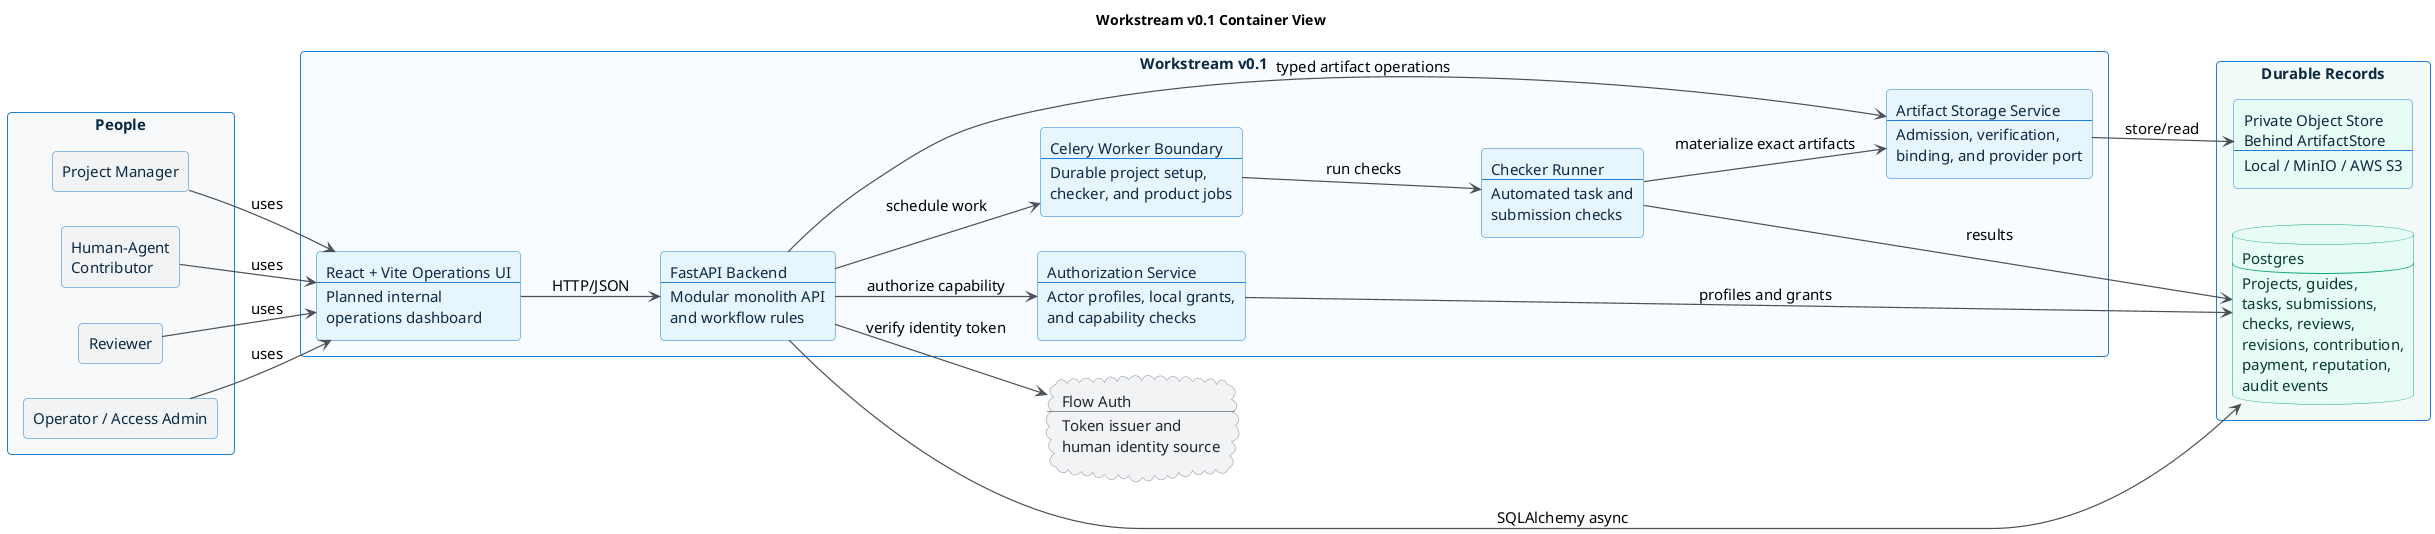
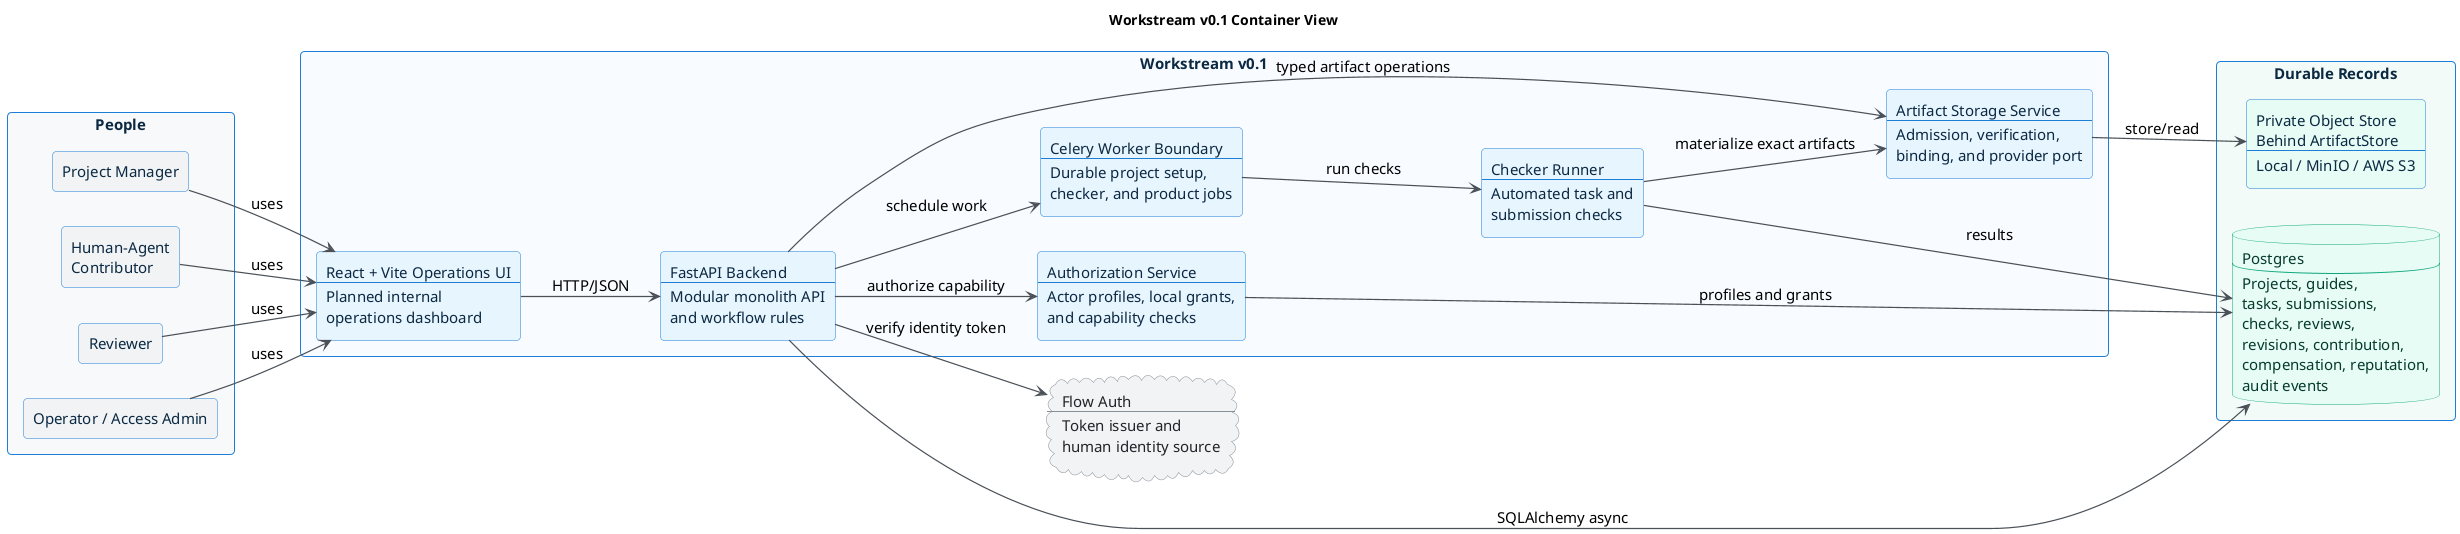
@startuml workstream_v01_container
title Workstream v0.1 Container View

left to right direction

skinparam backgroundColor #FFFFFF
skinparam shadowing false
skinparam roundcorner 8
skinparam defaultFontName Arial
skinparam defaultFontSize 15
skinparam ArrowColor #495057
skinparam ArrowThickness 1.2
skinparam packageStyle rectangle
skinparam rectangle {
  BorderColor #1C7ED6
  BackgroundColor #E7F5FF
  FontColor #0B2942
}
skinparam database {
  BorderColor #0CA678
  BackgroundColor #E6FCF5
  FontColor #063B2C
}
skinparam cloud {
  BorderColor #868E96
  BackgroundColor #F1F3F5
  FontColor #212529
}

package "People" #F8F9FA {
  rectangle "Project Manager" as project_manager #F1F3F5
  rectangle "Human-Agent\nContributor" as contributor #F1F3F5
  rectangle "Reviewer" as reviewer #F1F3F5
  rectangle "Operator / Access Admin" as operator #F1F3F5
}

cloud "Flow Auth\n----\nToken issuer and\nhuman identity source" as flow_auth

package "Workstream v0.1" #F8FBFF {
  rectangle "React + Vite Operations UI\n----\nPlanned internal\noperations dashboard" as frontend
  rectangle "FastAPI Backend\n----\nModular monolith API\nand workflow rules" as api
  rectangle "Authorization Service\n----\nActor profiles, local grants,\nand capability checks" as authorization
  rectangle "Celery Worker Boundary\n----\nDurable project setup,\nchecker, and product jobs" as jobs
  rectangle "Checker Runner\n----\nAutomated task and\nsubmission checks" as checker
  rectangle "Artifact Storage Service\n----\nAdmission, verification,\nbinding, and provider port" as storage_adapter
}

package "Durable Records" #F2FBF7 {
-   database "Postgres\n----\nProjects, guides,\ntasks, submissions,\nchecks, reviews,\nrevisions, contribution,\npayment, reputation,\naudit events" as postgres
+   database "Postgres\n----\nProjects, guides,\ntasks, submissions,\nchecks, reviews,\nrevisions, contribution,\ncompensation, reputation,\naudit events" as postgres
  rectangle "Private Object Store\nBehind ArtifactStore\n----\nLocal / MinIO / AWS S3" as file_store #E6FCF5
}

project_manager --> frontend : uses
contributor --> frontend : uses
reviewer --> frontend : uses
operator --> frontend : uses

frontend --> api : HTTP/JSON
api --> flow_auth : verify identity token
api --> authorization : authorize capability
authorization --> postgres : profiles and grants
api --> postgres : SQLAlchemy async
api --> storage_adapter : typed artifact operations
api --> jobs : schedule work
jobs --> checker : run checks
checker --> postgres : results
checker --> storage_adapter : materialize exact artifacts
storage_adapter --> file_store : store/read

@enduml
